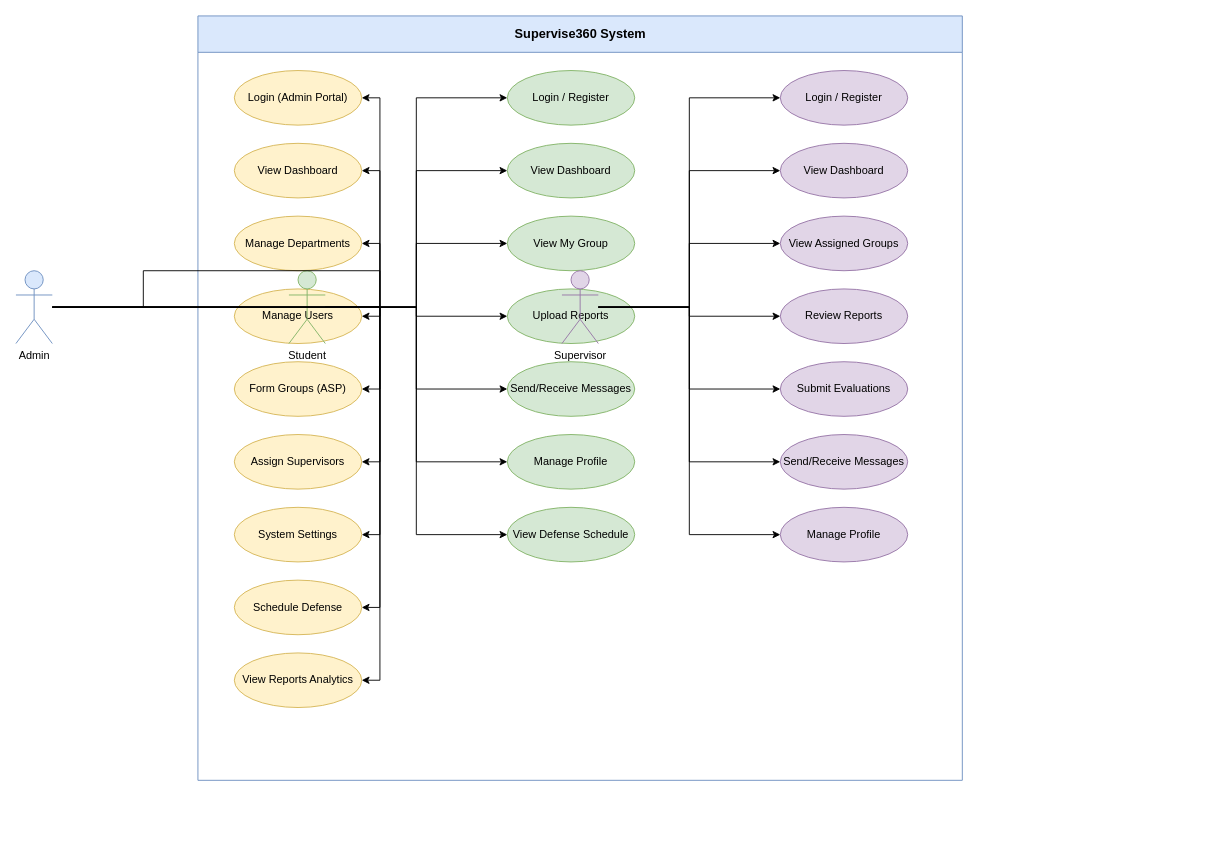
This is diagrams/01-use-case-diagram.drawio from Chidera584/supervise360, a draw.io file, before an edit. Source tidied: cells renumbered, new cells numbered last; positions are measured from the earlier drawing's top-left corner, leaving out a move shared by most shapes. Both pictures are drawn from the tidied source at 91%, with x=0, y=0 at pixel (15, 15).
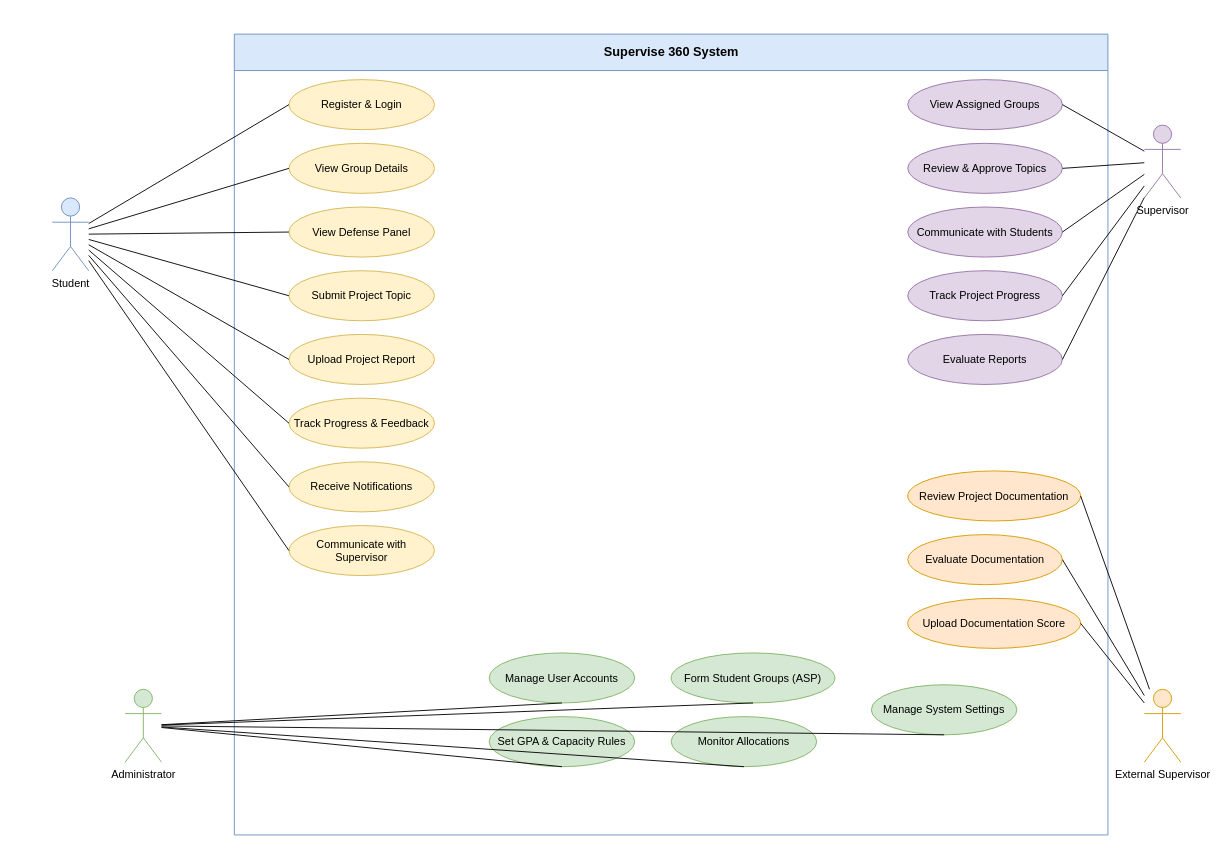
The same page after the edit.

Commit message (it also covers changes not shown here):
Update diagrams to match reference: use case, sequence, system architecture, ER

Change to the diagram source:
```diff
@@
-    <mxCell id="2" value="Supervise360 System" style="swimlane;html=1;horizontal=1;startSize=40;fillColor=#dae8fc;strokeColor=#6c8ebf;fontStyle=1;fontSize=14;" parent="1" vertex="1">
-      <mxGeometry x="200" width="840" height="840" as="geometry" />
+    <mxCell id="2" value="Supervise 360 System" style="swimlane;html=1;horizontal=1;startSize=40;fillColor=#dae8fc;strokeColor=#6c8ebf;fontStyle=1;fontSize=14;" parent="1" vertex="1">
+      <mxGeometry x="240" y="20" width="960" height="880" as="geometry" />
     </mxCell>
-    <mxCell id="3" value="Login (Admin Portal)" style="ellipse;whiteSpace=wrap;html=1;fillColor=#fff2cc;strokeColor=#d6b656;" parent="2" vertex="1">
-      <mxGeometry x="40" y="60" width="140" height="60" as="geometry" />
-    </mxCell>
-    <mxCell id="4" value="View Dashboard" style="ellipse;whiteSpace=wrap;html=1;fillColor=#fff2cc;strokeColor=#d6b656;" parent="2" vertex="1">
-      <mxGeometry x="40" y="140" width="140" height="60" as="geometry" />
-    </mxCell>
-    <mxCell id="5" value="Manage Departments" style="ellipse;whiteSpace=wrap;html=1;fillColor=#fff2cc;strokeColor=#d6b656;" parent="2" vertex="1">
-      <mxGeometry x="40" y="220" width="140" height="60" as="geometry" />
-    </mxCell>
-    <mxCell id="6" value="Manage Users" style="ellipse;whiteSpace=wrap;html=1;fillColor=#fff2cc;strokeColor=#d6b656;" parent="2" vertex="1">
-      <mxGeometry x="40" y="300" width="140" height="60" as="geometry" />
-    </mxCell>
-    <mxCell id="7" value="Form Groups (ASP)" style="ellipse;whiteSpace=wrap;html=1;fillColor=#fff2cc;strokeColor=#d6b656;" parent="2" vertex="1">
-      <mxGeometry x="40" y="380" width="140" height="60" as="geometry" />
-    </mxCell>
-    <mxCell id="8" value="Assign Supervisors" style="ellipse;whiteSpace=wrap;html=1;fillColor=#fff2cc;strokeColor=#d6b656;" parent="2" vertex="1">
-      <mxGeometry x="40" y="460" width="140" height="60" as="geometry" />
-    </mxCell>
-    <mxCell id="9" value="System Settings" style="ellipse;whiteSpace=wrap;html=1;fillColor=#fff2cc;strokeColor=#d6b656;" parent="2" vertex="1">
-      <mxGeometry x="40" y="540" width="140" height="60" as="geometry" />
-    </mxCell>
-    <mxCell id="10" value="Schedule Defense" style="ellipse;whiteSpace=wrap;html=1;fillColor=#fff2cc;strokeColor=#d6b656;" parent="2" vertex="1">
-      <mxGeometry x="40" y="620" width="140" height="60" as="geometry" />
-    </mxCell>
-    <mxCell id="11" value="View Reports Analytics" style="ellipse;whiteSpace=wrap;html=1;fillColor=#fff2cc;strokeColor=#d6b656;" parent="2" vertex="1">
-      <mxGeometry x="40" y="700" width="140" height="60" as="geometry" />
-    </mxCell>
-    <mxCell id="12" value="Login / Register" style="ellipse;whiteSpace=wrap;html=1;fillColor=#d5e8d4;strokeColor=#82b366;" parent="2" vertex="1">
-      <mxGeometry x="340" y="60" width="140" height="60" as="geometry" />
-    </mxCell>
-    <mxCell id="13" value="View Dashboard" style="ellipse;whiteSpace=wrap;html=1;fillColor=#d5e8d4;strokeColor=#82b366;" parent="2" vertex="1">
-      <mxGeometry x="340" y="140" width="140" height="60" as="geometry" />
-    </mxCell>
-    <mxCell id="14" value="View My Group" style="ellipse;whiteSpace=wrap;html=1;fillColor=#d5e8d4;strokeColor=#82b366;" parent="2" vertex="1">
-      <mxGeometry x="340" y="220" width="140" height="60" as="geometry" />
-    </mxCell>
-    <mxCell id="15" value="Upload Reports" style="ellipse;whiteSpace=wrap;html=1;fillColor=#d5e8d4;strokeColor=#82b366;" parent="2" vertex="1">
-      <mxGeometry x="340" y="300" width="140" height="60" as="geometry" />
-    </mxCell>
-    <mxCell id="16" value="Send/Receive Messages" style="ellipse;whiteSpace=wrap;html=1;fillColor=#d5e8d4;strokeColor=#82b366;" parent="2" vertex="1">
-      <mxGeometry x="340" y="380" width="140" height="60" as="geometry" />
-    </mxCell>
-    <mxCell id="17" value="Manage Profile" style="ellipse;whiteSpace=wrap;html=1;fillColor=#d5e8d4;strokeColor=#82b366;" parent="2" vertex="1">
-      <mxGeometry x="340" y="460" width="140" height="60" as="geometry" />
-    </mxCell>
-    <mxCell id="18" value="View Defense Schedule" style="ellipse;whiteSpace=wrap;html=1;fillColor=#d5e8d4;strokeColor=#82b366;" parent="2" vertex="1">
-      <mxGeometry x="340" y="540" width="140" height="60" as="geometry" />
-    </mxCell>
-    <mxCell id="19" value="Login / Register" style="ellipse;whiteSpace=wrap;html=1;fillColor=#e1d5e7;strokeColor=#9673a6;" parent="2" vertex="1">
-      <mxGeometry x="640" y="60" width="140" height="60" as="geometry" />
-    </mxCell>
-    <mxCell id="20" value="View Dashboard" style="ellipse;whiteSpace=wrap;html=1;fillColor=#e1d5e7;strokeColor=#9673a6;" parent="2" vertex="1">
-      <mxGeometry x="640" y="140" width="140" height="60" as="geometry" />
-    </mxCell>
+    <mxCell id="52" value="Register &amp; Login" style="ellipse;whiteSpace=wrap;html=1;fillColor=#fff2cc;strokeColor=#d6b656;" parent="2" vertex="1">
+      <mxGeometry x="60" y="50" width="160" height="55" as="geometry" />
+    </mxCell>
+    <mxCell id="53" value="View Group Details" style="ellipse;whiteSpace=wrap;html=1;fillColor=#fff2cc;strokeColor=#d6b656;" parent="2" vertex="1">
+      <mxGeometry x="60" y="120" width="160" height="55" as="geometry" />
+    </mxCell>
+    <mxCell id="54" value="View Defense Panel" style="ellipse;whiteSpace=wrap;html=1;fillColor=#fff2cc;strokeColor=#d6b656;" parent="2" vertex="1">
+      <mxGeometry x="60" y="190" width="160" height="55" as="geometry" />
+    </mxCell>
+    <mxCell id="55" value="Submit Project Topic" style="ellipse;whiteSpace=wrap;html=1;fillColor=#fff2cc;strokeColor=#d6b656;" parent="2" vertex="1">
+      <mxGeometry x="60" y="260" width="160" height="55" as="geometry" />
+    </mxCell>
+    <mxCell id="56" value="Upload Project Report" style="ellipse;whiteSpace=wrap;html=1;fillColor=#fff2cc;strokeColor=#d6b656;" parent="2" vertex="1">
+      <mxGeometry x="60" y="330" width="160" height="55" as="geometry" />
+    </mxCell>
+    <mxCell id="57" value="Track Progress &amp; Feedback" style="ellipse;whiteSpace=wrap;html=1;fillColor=#fff2cc;strokeColor=#d6b656;" parent="2" vertex="1">
+      <mxGeometry x="60" y="400" width="160" height="55" as="geometry" />
+    </mxCell>
+    <mxCell id="58" value="Receive Notifications" style="ellipse;whiteSpace=wrap;html=1;fillColor=#fff2cc;strokeColor=#d6b656;" parent="2" vertex="1">
+      <mxGeometry x="60" y="470" width="160" height="55" as="geometry" />
+    </mxCell>
+    <mxCell id="59" value="Communicate with Supervisor" style="ellipse;whiteSpace=wrap;html=1;fillColor=#fff2cc;strokeColor=#d6b656;" parent="2" vertex="1">
+      <mxGeometry x="60" y="540" width="160" height="55" as="geometry" />
+    </mxCell>
+    <mxCell id="60" value="Manage User Accounts" style="ellipse;whiteSpace=wrap;html=1;fillColor=#d5e8d4;strokeColor=#82b366;" parent="2" vertex="1">
+      <mxGeometry x="280" y="680" width="160" height="55" as="geometry" />
+    </mxCell>
+    <mxCell id="61" value="Set GPA &amp; Capacity Rules" style="ellipse;whiteSpace=wrap;html=1;fillColor=#d5e8d4;strokeColor=#82b366;" parent="2" vertex="1">
+      <mxGeometry x="280" y="750" width="160" height="55" as="geometry" />
+    </mxCell>
+    <mxCell id="62" value="Form Student Groups (ASP)" style="ellipse;whiteSpace=wrap;html=1;fillColor=#d5e8d4;strokeColor=#82b366;" parent="2" vertex="1">
+      <mxGeometry x="480" y="680" width="180" height="55" as="geometry" />
+    </mxCell>
+    <mxCell id="63" value="Monitor Allocations" style="ellipse;whiteSpace=wrap;html=1;fillColor=#d5e8d4;strokeColor=#82b366;" parent="2" vertex="1">
+      <mxGeometry x="480" y="750" width="160" height="55" as="geometry" />
+    </mxCell>
+    <mxCell id="64" value="Manage System Settings" style="ellipse;whiteSpace=wrap;html=1;fillColor=#d5e8d4;strokeColor=#82b366;" parent="2" vertex="1">
+      <mxGeometry x="700" y="715" width="160" height="55" as="geometry" />
+    </mxCell>
     <mxCell id="21" value="View Assigned Groups" style="ellipse;whiteSpace=wrap;html=1;fillColor=#e1d5e7;strokeColor=#9673a6;" parent="2" vertex="1">
-      <mxGeometry x="640" y="220" width="140" height="60" as="geometry" />
+      <mxGeometry x="740" y="50" width="170" height="55" as="geometry" />
     </mxCell>
-    <mxCell id="22" value="Review Reports" style="ellipse;whiteSpace=wrap;html=1;fillColor=#e1d5e7;strokeColor=#9673a6;" parent="2" vertex="1">
-      <mxGeometry x="640" y="300" width="140" height="60" as="geometry" />
-    </mxCell>
-    <mxCell id="23" value="Submit Evaluations" style="ellipse;whiteSpace=wrap;html=1;fillColor=#e1d5e7;strokeColor=#9673a6;" parent="2" vertex="1">
-      <mxGeometry x="640" y="380" width="140" height="60" as="geometry" />
-    </mxCell>
-    <mxCell id="24" value="Send/Receive Messages" style="ellipse;whiteSpace=wrap;html=1;fillColor=#e1d5e7;strokeColor=#9673a6;" parent="2" vertex="1">
-      <mxGeometry x="640" y="460" width="140" height="60" as="geometry" />
-    </mxCell>
-    <mxCell id="25" value="Manage Profile" style="ellipse;whiteSpace=wrap;html=1;fillColor=#e1d5e7;strokeColor=#9673a6;" parent="2" vertex="1">
-      <mxGeometry x="640" y="540" width="140" height="60" as="geometry" />
-    </mxCell>
+    <mxCell id="65" value="Review &amp; Approve Topics" style="ellipse;whiteSpace=wrap;html=1;fillColor=#e1d5e7;strokeColor=#9673a6;" parent="2" vertex="1">
+      <mxGeometry x="740" y="120" width="170" height="55" as="geometry" />
+    </mxCell>
+    <mxCell id="66" value="Communicate with Students" style="ellipse;whiteSpace=wrap;html=1;fillColor=#e1d5e7;strokeColor=#9673a6;" parent="2" vertex="1">
+      <mxGeometry x="740" y="190" width="170" height="55" as="geometry" />
+    </mxCell>
+    <mxCell id="67" value="Track Project Progress" style="ellipse;whiteSpace=wrap;html=1;fillColor=#e1d5e7;strokeColor=#9673a6;" parent="2" vertex="1">
+      <mxGeometry x="740" y="260" width="170" height="55" as="geometry" />
+    </mxCell>
+    <mxCell id="68" value="Evaluate Reports" style="ellipse;whiteSpace=wrap;html=1;fillColor=#e1d5e7;strokeColor=#9673a6;" parent="2" vertex="1">
+      <mxGeometry x="740" y="330" width="170" height="55" as="geometry" />
+    </mxCell>
+    <mxCell id="69" value="Review Project Documentation" style="ellipse;whiteSpace=wrap;html=1;fillColor=#ffe6cc;strokeColor=#d79b00;" parent="2" vertex="1">
+      <mxGeometry x="740" y="480" width="190" height="55" as="geometry" />
+    </mxCell>
+    <mxCell id="70" value="Evaluate Documentation" style="ellipse;whiteSpace=wrap;html=1;fillColor=#ffe6cc;strokeColor=#d79b00;" parent="2" vertex="1">
+      <mxGeometry x="740" y="550" width="170" height="55" as="geometry" />
+    </mxCell>
+    <mxCell id="71" value="Upload Documentation Score" style="ellipse;whiteSpace=wrap;html=1;fillColor=#ffe6cc;strokeColor=#d79b00;" parent="2" vertex="1">
+      <mxGeometry x="740" y="620" width="190" height="55" as="geometry" />
+    </mxCell>
+    <mxCell id="27" value="Student" style="shape=umlActor;verticalLabelPosition=bottom;verticalAlign=top;html=1;outlineConnect=0;fillColor=#dae8fc;strokeColor=#6c8ebf;" parent="1" vertex="1">
+      <mxGeometry x="40" y="200" width="40" height="80" as="geometry" />
+    </mxCell>
-    <mxCell id="26" value="Admin" style="shape=umlActor;verticalLabelPosition=bottom;verticalAlign=top;html=1;outlineConnect=0;fillColor=#dae8fc;strokeColor=#6c8ebf;" parent="1" vertex="1">
-      <mxGeometry y="280" width="40" height="80" as="geometry" />
+    <mxCell id="26" value="Administrator" style="shape=umlActor;verticalLabelPosition=bottom;verticalAlign=top;html=1;outlineConnect=0;fillColor=#d5e8d4;strokeColor=#82b366;" parent="1" vertex="1">
+      <mxGeometry x="120" y="740" width="40" height="80" as="geometry" />
     </mxCell>
-    <mxCell id="27" value="Student" style="shape=umlActor;verticalLabelPosition=bottom;verticalAlign=top;html=1;outlineConnect=0;fillColor=#d5e8d4;strokeColor=#82b366;" parent="1" vertex="1">
-      <mxGeometry x="300" y="280" width="40" height="80" as="geometry" />
-    </mxCell>
     <mxCell id="28" value="Supervisor" style="shape=umlActor;verticalLabelPosition=bottom;verticalAlign=top;html=1;outlineConnect=0;fillColor=#e1d5e7;strokeColor=#9673a6;" parent="1" vertex="1">
-      <mxGeometry x="600" y="280" width="40" height="80" as="geometry" />
+      <mxGeometry x="1240" y="120" width="40" height="80" as="geometry" />
     </mxCell>
-    <mxCell id="29" style="edgeStyle=orthogonalEdgeStyle;rounded=0;jettySize=auto;html=1;entryX=1;entryY=0.5;entryDx=0;entryDy=0;" parent="1" edge="1" source="26" target="3">
-      <mxGeometry relative="1" as="geometry" />
-    </mxCell>
-    <mxCell id="30" style="edgeStyle=orthogonalEdgeStyle;rounded=0;jettySize=auto;html=1;entryX=1;entryY=0.5;entryDx=0;entryDy=0;" parent="1" edge="1" source="26" target="4">
-      <mxGeometry relative="1" as="geometry" />
-    </mxCell>
-    <mxCell id="31" style="edgeStyle=orthogonalEdgeStyle;rounded=0;jettySize=auto;html=1;entryX=1;entryY=0.5;entryDx=0;entryDy=0;" parent="1" edge="1" source="26" target="5">
-      <mxGeometry relative="1" as="geometry" />
-    </mxCell>
-    <mxCell id="32" style="edgeStyle=orthogonalEdgeStyle;rounded=0;jettySize=auto;html=1;entryX=1;entryY=0.5;entryDx=0;entryDy=0;" parent="1" edge="1" source="26" target="6">
-      <mxGeometry relative="1" as="geometry" />
-    </mxCell>
-    <mxCell id="33" style="edgeStyle=orthogonalEdgeStyle;rounded=0;jettySize=auto;html=1;entryX=1;entryY=0.5;entryDx=0;entryDy=0;" parent="1" edge="1" source="26" target="7">
-      <mxGeometry relative="1" as="geometry" />
-    </mxCell>
-    <mxCell id="34" style="edgeStyle=orthogonalEdgeStyle;rounded=0;jettySize=auto;html=1;entryX=1;entryY=0.5;entryDx=0;entryDy=0;" parent="1" edge="1" source="26" target="8">
-      <mxGeometry relative="1" as="geometry" />
-    </mxCell>
-    <mxCell id="35" style="edgeStyle=orthogonalEdgeStyle;rounded=0;jettySize=auto;html=1;entryX=1;entryY=0.5;entryDx=0;entryDy=0;" parent="1" edge="1" source="26" target="9">
-      <mxGeometry relative="1" as="geometry" />
-    </mxCell>
-    <mxCell id="36" style="edgeStyle=orthogonalEdgeStyle;rounded=0;jettySize=auto;html=1;entryX=1;entryY=0.5;entryDx=0;entryDy=0;" parent="1" edge="1" source="26" target="10">
-      <mxGeometry relative="1" as="geometry" />
-    </mxCell>
-    <mxCell id="37" style="edgeStyle=orthogonalEdgeStyle;rounded=0;jettySize=auto;html=1;entryX=1;entryY=0.5;entryDx=0;entryDy=0;" parent="1" edge="1" source="26" target="11">
-      <mxGeometry relative="1" as="geometry" />
-    </mxCell>
-    <mxCell id="38" style="edgeStyle=orthogonalEdgeStyle;rounded=0;jettySize=auto;html=1;entryX=0;entryY=0.5;entryDx=0;entryDy=0;" parent="1" edge="1" source="27" target="12">
-      <mxGeometry relative="1" as="geometry" />
-    </mxCell>
-    <mxCell id="39" style="edgeStyle=orthogonalEdgeStyle;rounded=0;jettySize=auto;html=1;entryX=0;entryY=0.5;entryDx=0;entryDy=0;" parent="1" edge="1" source="27" target="13">
-      <mxGeometry relative="1" as="geometry" />
-    </mxCell>
-    <mxCell id="40" style="edgeStyle=orthogonalEdgeStyle;rounded=0;jettySize=auto;html=1;entryX=0;entryY=0.5;entryDx=0;entryDy=0;" parent="1" edge="1" source="27" target="14">
-      <mxGeometry relative="1" as="geometry" />
-    </mxCell>
-    <mxCell id="41" style="edgeStyle=orthogonalEdgeStyle;rounded=0;jettySize=auto;html=1;entryX=0;entryY=0.5;entryDx=0;entryDy=0;" parent="1" edge="1" source="27" target="15">
-      <mxGeometry relative="1" as="geometry" />
-    </mxCell>
-    <mxCell id="42" style="edgeStyle=orthogonalEdgeStyle;rounded=0;jettySize=auto;html=1;entryX=0;entryY=0.5;entryDx=0;entryDy=0;" parent="1" edge="1" source="27" target="16">
-      <mxGeometry relative="1" as="geometry" />
-    </mxCell>
-    <mxCell id="43" style="edgeStyle=orthogonalEdgeStyle;rounded=0;jettySize=auto;html=1;entryX=0;entryY=0.5;entryDx=0;entryDy=0;" parent="1" edge="1" source="27" target="17">
-      <mxGeometry relative="1" as="geometry" />
-    </mxCell>
-    <mxCell id="44" style="edgeStyle=orthogonalEdgeStyle;rounded=0;jettySize=auto;html=1;entryX=0;entryY=0.5;entryDx=0;entryDy=0;" parent="1" edge="1" source="27" target="18">
-      <mxGeometry relative="1" as="geometry" />
-    </mxCell>
-    <mxCell id="45" style="edgeStyle=orthogonalEdgeStyle;rounded=0;jettySize=auto;html=1;entryX=0;entryY=0.5;entryDx=0;entryDy=0;" parent="1" edge="1" source="28" target="19">
-      <mxGeometry relative="1" as="geometry" />
-    </mxCell>
-    <mxCell id="46" style="edgeStyle=orthogonalEdgeStyle;rounded=0;jettySize=auto;html=1;entryX=0;entryY=0.5;entryDx=0;entryDy=0;" parent="1" edge="1" source="28" target="20">
-      <mxGeometry relative="1" as="geometry" />
-    </mxCell>
+    <mxCell id="72" value="External Supervisor" style="shape=umlActor;verticalLabelPosition=bottom;verticalAlign=top;html=1;outlineConnect=0;fillColor=#ffe6cc;strokeColor=#d79b00;" parent="1" vertex="1">
+      <mxGeometry x="1240" y="740" width="40" height="80" as="geometry" />
+    </mxCell>
+    <mxCell id="73" style="endArrow=none;html=1;rounded=0;entryX=0;entryY=0.5;entryDx=0;entryDy=0;" parent="1" edge="1" source="27" target="52">
+      <mxGeometry relative="1" as="geometry" />
+    </mxCell>
+    <mxCell id="74" style="endArrow=none;html=1;rounded=0;entryX=0;entryY=0.5;entryDx=0;entryDy=0;" parent="1" edge="1" source="27" target="53">
+      <mxGeometry relative="1" as="geometry" />
+    </mxCell>
+    <mxCell id="75" style="endArrow=none;html=1;rounded=0;entryX=0;entryY=0.5;entryDx=0;entryDy=0;" parent="1" edge="1" source="27" target="54">
+      <mxGeometry relative="1" as="geometry" />
+    </mxCell>
+    <mxCell id="76" style="endArrow=none;html=1;rounded=0;entryX=0;entryY=0.5;entryDx=0;entryDy=0;" parent="1" edge="1" source="27" target="55">
+      <mxGeometry relative="1" as="geometry" />
+    </mxCell>
+    <mxCell id="77" style="endArrow=none;html=1;rounded=0;entryX=0;entryY=0.5;entryDx=0;entryDy=0;" parent="1" edge="1" source="27" target="56">
+      <mxGeometry relative="1" as="geometry" />
+    </mxCell>
+    <mxCell id="78" style="endArrow=none;html=1;rounded=0;entryX=0;entryY=0.5;entryDx=0;entryDy=0;" parent="1" edge="1" source="27" target="57">
+      <mxGeometry relative="1" as="geometry" />
+    </mxCell>
+    <mxCell id="79" style="endArrow=none;html=1;rounded=0;entryX=0;entryY=0.5;entryDx=0;entryDy=0;" parent="1" edge="1" source="27" target="58">
+      <mxGeometry relative="1" as="geometry" />
+    </mxCell>
+    <mxCell id="80" style="endArrow=none;html=1;rounded=0;entryX=0;entryY=0.5;entryDx=0;entryDy=0;" parent="1" edge="1" source="27" target="59">
+      <mxGeometry relative="1" as="geometry" />
+    </mxCell>
+    <mxCell id="81" style="endArrow=none;html=1;rounded=0;entryX=0.5;entryY=1;entryDx=0;entryDy=0;" parent="1" edge="1" source="26" target="60">
+      <mxGeometry relative="1" as="geometry" />
+    </mxCell>
+    <mxCell id="82" style="endArrow=none;html=1;rounded=0;entryX=0.5;entryY=1;entryDx=0;entryDy=0;" parent="1" edge="1" source="26" target="61">
+      <mxGeometry relative="1" as="geometry" />
+    </mxCell>
+    <mxCell id="83" style="endArrow=none;html=1;rounded=0;entryX=0.5;entryY=1;entryDx=0;entryDy=0;" parent="1" edge="1" source="26" target="62">
+      <mxGeometry relative="1" as="geometry" />
+    </mxCell>
+    <mxCell id="84" style="endArrow=none;html=1;rounded=0;entryX=0.5;entryY=1;entryDx=0;entryDy=0;" parent="1" edge="1" source="26" target="63">
+      <mxGeometry relative="1" as="geometry" />
+    </mxCell>
+    <mxCell id="85" style="endArrow=none;html=1;rounded=0;entryX=0.5;entryY=1;entryDx=0;entryDy=0;" parent="1" edge="1" source="26" target="64">
+      <mxGeometry relative="1" as="geometry" />
+    </mxCell>
-    <mxCell id="47" style="edgeStyle=orthogonalEdgeStyle;rounded=0;jettySize=auto;html=1;entryX=0;entryY=0.5;entryDx=0;entryDy=0;" parent="1" edge="1" source="28" target="21">
+    <mxCell id="47" style="endArrow=none;html=1;rounded=0;entryX=1;entryY=0.5;entryDx=0;entryDy=0;" parent="1" edge="1" source="28" target="21">
       <mxGeometry relative="1" as="geometry" />
     </mxCell>
-    <mxCell id="48" style="edgeStyle=orthogonalEdgeStyle;rounded=0;jettySize=auto;html=1;entryX=0;entryY=0.5;entryDx=0;entryDy=0;" parent="1" edge="1" source="28" target="22">
-      <mxGeometry relative="1" as="geometry" />
-    </mxCell>
-    <mxCell id="49" style="edgeStyle=orthogonalEdgeStyle;rounded=0;jettySize=auto;html=1;entryX=0;entryY=0.5;entryDx=0;entryDy=0;" parent="1" edge="1" source="28" target="23">
-      <mxGeometry relative="1" as="geometry" />
-    </mxCell>
-    <mxCell id="50" style="edgeStyle=orthogonalEdgeStyle;rounded=0;jettySize=auto;html=1;entryX=0;entryY=0.5;entryDx=0;entryDy=0;" parent="1" edge="1" source="28" target="24">
-      <mxGeometry relative="1" as="geometry" />
-    </mxCell>
-    <mxCell id="51" style="edgeStyle=orthogonalEdgeStyle;rounded=0;jettySize=auto;html=1;entryX=0;entryY=0.5;entryDx=0;entryDy=0;" parent="1" edge="1" source="28" target="25">
-      <mxGeometry relative="1" as="geometry" />
-    </mxCell>
+    <mxCell id="86" style="endArrow=none;html=1;rounded=0;entryX=1;entryY=0.5;entryDx=0;entryDy=0;" parent="1" edge="1" source="28" target="65">
+      <mxGeometry relative="1" as="geometry" />
+    </mxCell>
+    <mxCell id="87" style="endArrow=none;html=1;rounded=0;entryX=1;entryY=0.5;entryDx=0;entryDy=0;" parent="1" edge="1" source="28" target="66">
+      <mxGeometry relative="1" as="geometry" />
+    </mxCell>
+    <mxCell id="88" style="endArrow=none;html=1;rounded=0;entryX=1;entryY=0.5;entryDx=0;entryDy=0;" parent="1" edge="1" source="28" target="67">
+      <mxGeometry relative="1" as="geometry" />
+    </mxCell>
+    <mxCell id="89" style="endArrow=none;html=1;rounded=0;entryX=1;entryY=0.5;entryDx=0;entryDy=0;" parent="1" edge="1" source="28" target="68">
+      <mxGeometry relative="1" as="geometry" />
+    </mxCell>
+    <mxCell id="90" style="endArrow=none;html=1;rounded=0;entryX=1;entryY=0.5;entryDx=0;entryDy=0;" parent="1" edge="1" source="72" target="69">
+      <mxGeometry relative="1" as="geometry" />
+    </mxCell>
+    <mxCell id="91" style="endArrow=none;html=1;rounded=0;entryX=1;entryY=0.5;entryDx=0;entryDy=0;" parent="1" edge="1" source="72" target="70">
+      <mxGeometry relative="1" as="geometry" />
+    </mxCell>
+    <mxCell id="92" style="endArrow=none;html=1;rounded=0;entryX=1;entryY=0.5;entryDx=0;entryDy=0;" parent="1" edge="1" source="72" target="71">
+      <mxGeometry relative="1" as="geometry" />
+    </mxCell>
```
